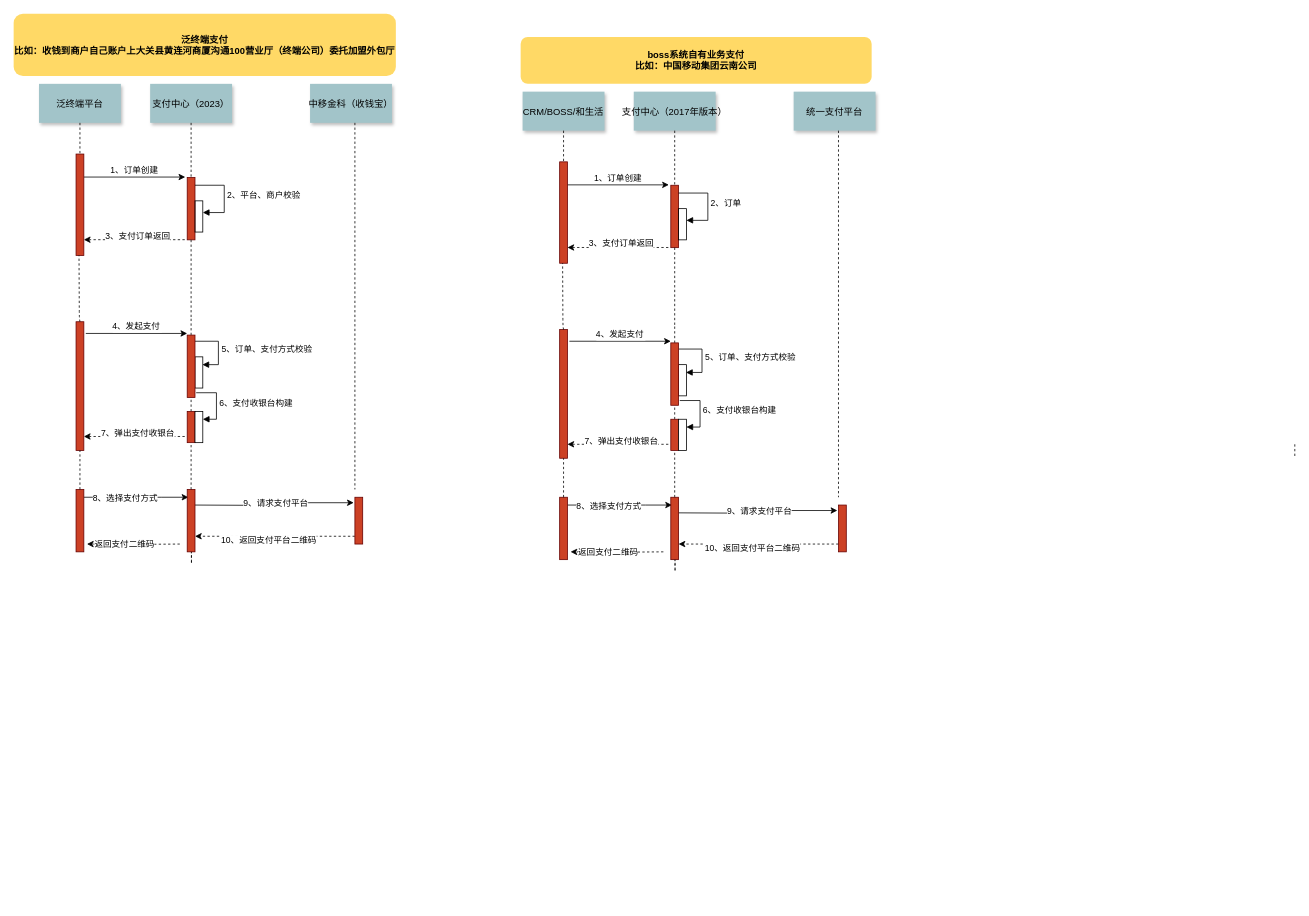
This is 未命名绘图.drawio from 315944211/doc, a draw.io file, before an edit. Source tidied: cells renumbered, new cells numbered last; positions are measured from the earlier drawing's top-left corner, leaving out a move shared by most shapes. Both pictures are drawn from the tidied source at 78%, with x=0, y=0 at pixel (13, 13).
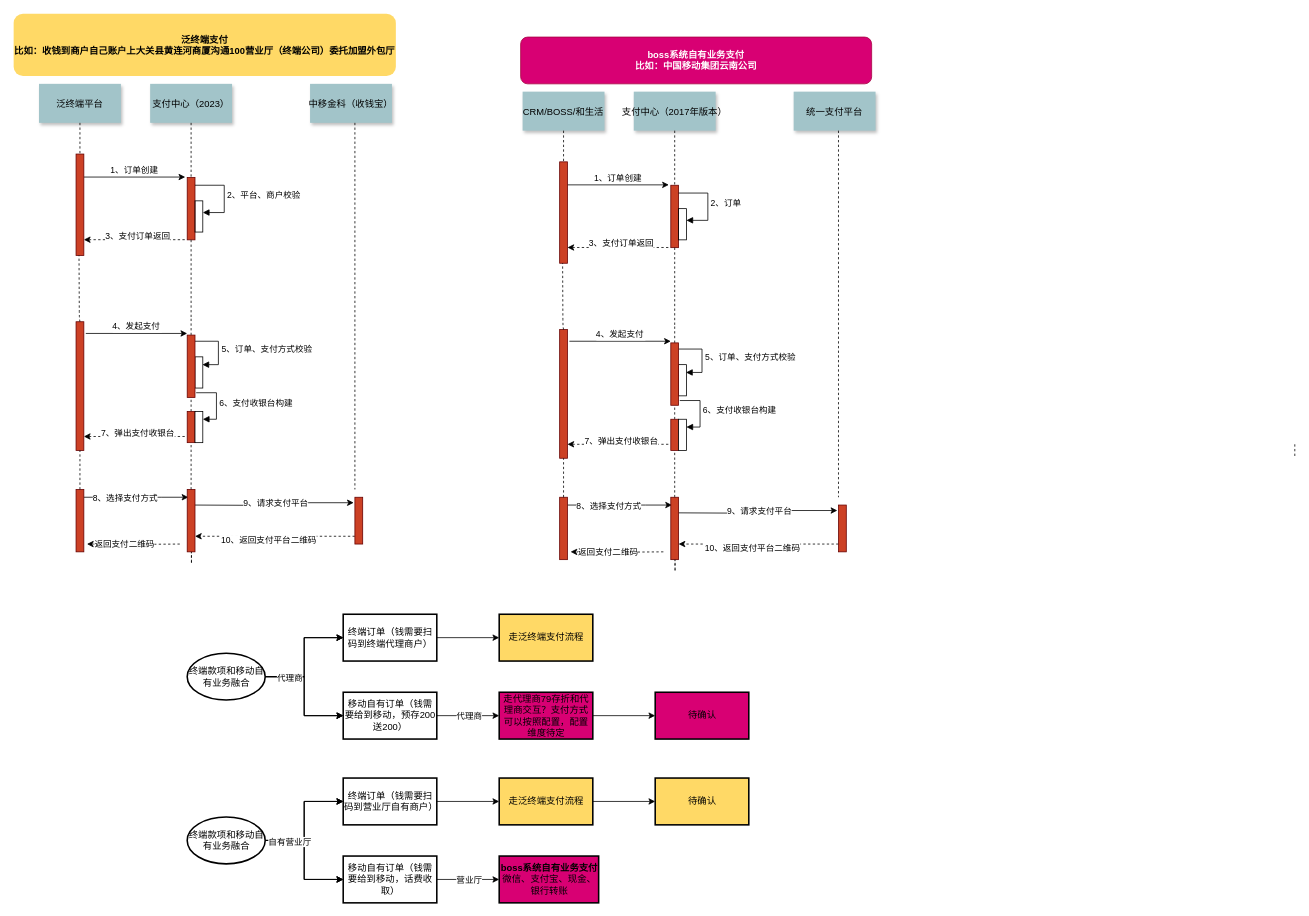
After the change.

Commit message:
更新未命名绘图.drawio

Change to the diagram source:
```diff
@@
-    <mxCell id="53" value="boss系统自有业务支付&#10;比如：中国移动集团云南公司" style="rounded=1;fontStyle=1;fillColor=#FFD966;strokeColor=none;" parent="1" vertex="1">
+    <mxCell id="53" value="boss系统自有业务支付&#10;比如：中国移动集团云南公司" style="rounded=1;fontStyle=1;fillColor=#D80073;strokeColor=#A50040;fontColor=#ffffff;" parent="1" vertex="1">
       <mxGeometry x="650" y="30" width="450" height="60" as="geometry" />
     </mxCell>
@@
+    <mxCell id="87" style="edgeStyle=orthogonalEdgeStyle;rounded=0;jettySize=auto;html=1;" parent="1" edge="1" source="94" target="96">
+      <mxGeometry relative="1" as="geometry" />
+    </mxCell>
+    <mxCell id="88" style="edgeStyle=orthogonalEdgeStyle;rounded=0;jettySize=auto;html=1;" parent="1" edge="1" source="94" target="96">
+      <mxGeometry relative="1" as="geometry" />
+    </mxCell>
+    <mxCell id="89" style="edgeStyle=orthogonalEdgeStyle;rounded=0;jettySize=auto;html=1;" parent="1" edge="1" source="94" target="96">
+      <mxGeometry relative="1" as="geometry" />
+    </mxCell>
+    <mxCell id="90" style="edgeStyle=orthogonalEdgeStyle;rounded=0;jettySize=auto;html=1;entryX=0;entryY=0.5;entryDx=0;entryDy=0;" parent="1" edge="1" source="94" target="99">
+      <mxGeometry relative="1" as="geometry" />
+    </mxCell>
+    <mxCell id="91" style="edgeStyle=orthogonalEdgeStyle;rounded=0;jettySize=auto;html=1;" parent="1" edge="1" source="94" target="99">
+      <mxGeometry relative="1" as="geometry" />
+    </mxCell>
+    <mxCell id="92" style="edgeStyle=orthogonalEdgeStyle;rounded=0;jettySize=auto;html=1;" parent="1" edge="1" source="94" target="99">
+      <mxGeometry relative="1" as="geometry" />
+    </mxCell>
+    <mxCell id="93" value="代理商" style="edgeLabel;html=1;align=center;verticalAlign=middle;" parent="92" vertex="1">
+      <mxGeometry x="-0.59" y="-1" relative="1" as="geometry" />
+    </mxCell>
+    <mxCell id="94" value="终端款项和移动自有业务融合" style="strokeWidth=2;html=1;shape=mxgraph.flowchart.start_1;whiteSpace=wrap;" parent="1" vertex="1">
+      <mxGeometry x="222.5" y="820" width="100" height="60" as="geometry" />
+    </mxCell>
+    <mxCell id="95" style="edgeStyle=orthogonalEdgeStyle;rounded=0;jettySize=auto;html=1;" parent="1" edge="1" source="96" target="100">
+      <mxGeometry relative="1" as="geometry" />
+    </mxCell>
+    <mxCell id="96" value="终端订单（钱需要扫码到终端代理商户）" style="whiteSpace=wrap;html=1;strokeWidth=2;" parent="1" vertex="1">
+      <mxGeometry x="422.5" y="770" width="120" height="60" as="geometry" />
+    </mxCell>
+    <mxCell id="97" style="edgeStyle=orthogonalEdgeStyle;rounded=0;jettySize=auto;html=1;" parent="1" edge="1" source="99" target="102">
+      <mxGeometry relative="1" as="geometry" />
+    </mxCell>
+    <mxCell id="98" value="代理商" style="edgeLabel;html=1;align=center;verticalAlign=middle;" parent="97" vertex="1">
+      <mxGeometry x="0.03" relative="1" as="geometry" />
+    </mxCell>
+    <mxCell id="99" value="移动自有订单（钱需要给到移动，预存200送200）" style="whiteSpace=wrap;html=1;strokeWidth=2;" parent="1" vertex="1">
+      <mxGeometry x="422.5" y="870" width="120" height="60" as="geometry" />
+    </mxCell>
+    <mxCell id="100" value="走泛终端支付流程" style="whiteSpace=wrap;html=1;strokeWidth=2;fillColor=#FFD966;" parent="1" vertex="1">
+      <mxGeometry x="622.5" y="770" width="120" height="60" as="geometry" />
+    </mxCell>
+    <mxCell id="101" style="edgeStyle=orthogonalEdgeStyle;rounded=0;jettySize=auto;html=1;" parent="1" edge="1" source="102" target="119">
+      <mxGeometry relative="1" as="geometry" />
+    </mxCell>
+    <mxCell id="102" value="走代理商79存折和代理商交互？支付方式可以按照配置，配置维度待定" style="whiteSpace=wrap;html=1;strokeWidth=2;fillColor=#D80073;" parent="1" vertex="1">
+      <mxGeometry x="622.5" y="870" width="120" height="60" as="geometry" />
+    </mxCell>
+    <mxCell id="103" style="edgeStyle=orthogonalEdgeStyle;rounded=0;jettySize=auto;html=1;" parent="1" edge="1" source="110" target="112">
+      <mxGeometry relative="1" as="geometry" />
+    </mxCell>
+    <mxCell id="104" style="edgeStyle=orthogonalEdgeStyle;rounded=0;jettySize=auto;html=1;" parent="1" edge="1" source="110" target="112">
+      <mxGeometry relative="1" as="geometry" />
+    </mxCell>
+    <mxCell id="105" style="edgeStyle=orthogonalEdgeStyle;rounded=0;jettySize=auto;html=1;" parent="1" edge="1" source="110" target="112">
+      <mxGeometry relative="1" as="geometry" />
+    </mxCell>
+    <mxCell id="106" style="edgeStyle=orthogonalEdgeStyle;rounded=0;jettySize=auto;html=1;entryX=0;entryY=0.5;entryDx=0;entryDy=0;" parent="1" edge="1" source="110" target="115">
+      <mxGeometry relative="1" as="geometry" />
+    </mxCell>
+    <mxCell id="107" style="edgeStyle=orthogonalEdgeStyle;rounded=0;jettySize=auto;html=1;" parent="1" edge="1" source="110" target="115">
+      <mxGeometry relative="1" as="geometry" />
+    </mxCell>
+    <mxCell id="108" style="edgeStyle=orthogonalEdgeStyle;rounded=0;jettySize=auto;html=1;" parent="1" edge="1" source="110" target="115">
+      <mxGeometry relative="1" as="geometry" />
+    </mxCell>
+    <mxCell id="109" value="自有营业厅" style="edgeLabel;html=1;align=center;verticalAlign=middle;" parent="108" vertex="1">
+      <mxGeometry x="-0.59" y="-1" relative="1" as="geometry" />
+    </mxCell>
+    <mxCell id="110" value="终端款项和移动自有业务融合" style="strokeWidth=2;html=1;shape=mxgraph.flowchart.start_1;whiteSpace=wrap;" parent="1" vertex="1">
+      <mxGeometry x="222.5" y="1030" width="100" height="60" as="geometry" />
+    </mxCell>
+    <mxCell id="111" style="edgeStyle=orthogonalEdgeStyle;rounded=0;jettySize=auto;html=1;" parent="1" edge="1" source="112" target="117">
+      <mxGeometry relative="1" as="geometry" />
+    </mxCell>
+    <mxCell id="112" value="终端订单（钱需要扫码到营业厅自有商户）" style="whiteSpace=wrap;html=1;strokeWidth=2;" parent="1" vertex="1">
+      <mxGeometry x="422.5" y="980" width="120" height="60" as="geometry" />
+    </mxCell>
+    <mxCell id="113" style="edgeStyle=orthogonalEdgeStyle;rounded=0;jettySize=auto;html=1;" parent="1" edge="1" source="115" target="118">
+      <mxGeometry relative="1" as="geometry" />
+    </mxCell>
+    <mxCell id="114" value="营业厅" style="edgeLabel;html=1;align=center;verticalAlign=middle;" parent="113" vertex="1">
+      <mxGeometry x="0.03" relative="1" as="geometry" />
+    </mxCell>
+    <mxCell id="115" value="移动自有订单（钱需要给到移动，话费收取）" style="whiteSpace=wrap;html=1;strokeWidth=2;" parent="1" vertex="1">
+      <mxGeometry x="422.5" y="1080" width="120" height="60" as="geometry" />
+    </mxCell>
+    <mxCell id="116" style="edgeStyle=orthogonalEdgeStyle;rounded=0;jettySize=auto;html=1;" parent="1" edge="1" source="117" target="120">
+      <mxGeometry relative="1" as="geometry" />
+    </mxCell>
+    <mxCell id="117" value="走泛终端支付流程" style="whiteSpace=wrap;html=1;strokeWidth=2;fillColor=#FFD966;" parent="1" vertex="1">
+      <mxGeometry x="622.5" y="980" width="120" height="60" as="geometry" />
+    </mxCell>
+    <mxCell id="118" value="&lt;span style=&quot;font-weight: 700; text-wrap: nowrap;&quot;&gt;boss系统自有业务支付&lt;br&gt;&lt;/span&gt;微信、支付宝、现金、银行转账" style="whiteSpace=wrap;html=1;strokeWidth=2;fillColor=#D80073;" parent="1" vertex="1">
+      <mxGeometry x="622.5" y="1080" width="127.5" height="60" as="geometry" />
+    </mxCell>
+    <mxCell id="119" value="待确认" style="whiteSpace=wrap;html=1;fillColor=#D80073;strokeWidth=2;" parent="1" vertex="1">
+      <mxGeometry x="822.5" y="870" width="120" height="60" as="geometry" />
+    </mxCell>
+    <mxCell id="120" value="待确认" style="whiteSpace=wrap;html=1;fillColor=#FFD966;strokeWidth=2;" parent="1" vertex="1">
+      <mxGeometry x="822.5" y="980" width="120" height="60" as="geometry" />
+    </mxCell>
```
